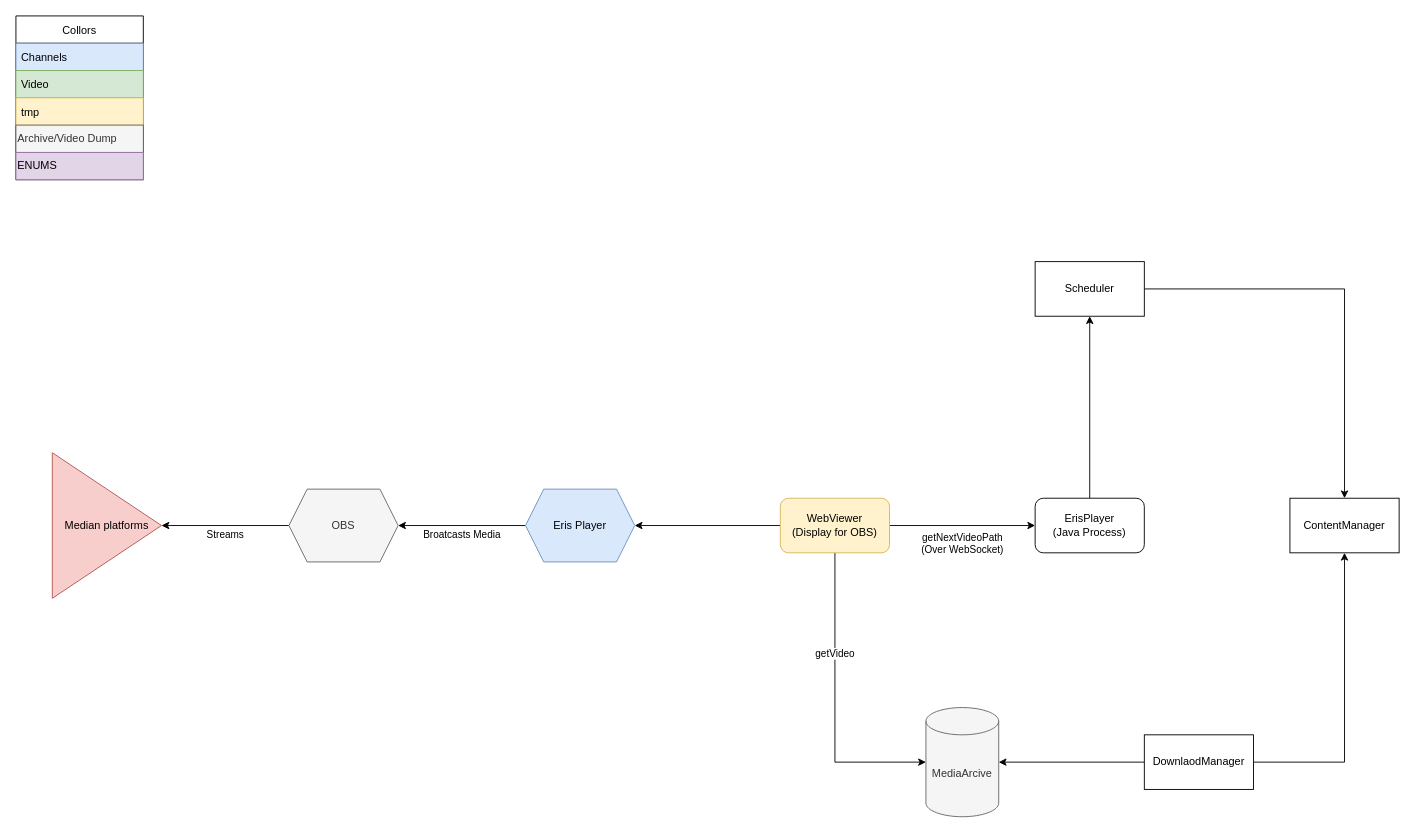
Before: page "Overview" (1 of 6) of ErisPlayer_Documentation.drawio in Eris-Television/Eris-Player, a draw.io diagram. Source tidied: cells renumbered, new cells numbered last; positions are measured from the earlier drawing's top-left corner, leaving out a move shared by most shapes. Both pictures are drawn from the tidied source at 91%, with x=0, y=0 at pixel (15, 15).
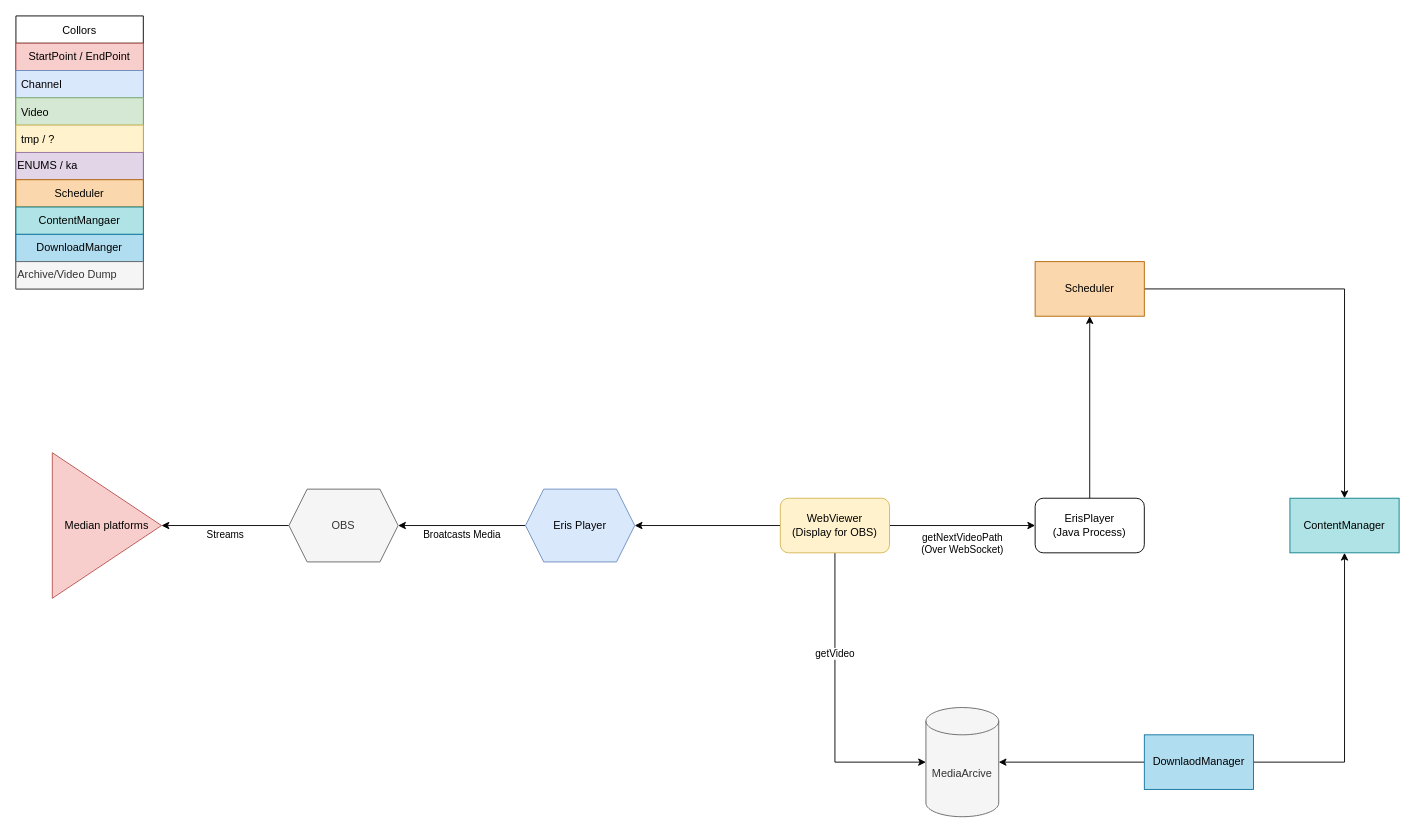
After the change.

Diff of the diagram source:
```diff
@@
-    <mxCell id="10" value="DownlaodManager" style="rounded=0;whiteSpace=wrap;html=1;" parent="1" vertex="1">
+    <mxCell id="10" value="DownlaodManager" style="rounded=0;whiteSpace=wrap;html=1;fillColor=#b1ddf0;strokeColor=#10739e;" parent="1" vertex="1">
       <mxGeometry x="1240" y="790" width="120" height="60" as="geometry" />
     </mxCell>
@@
-    <mxCell id="18" value="Scheduler" style="rounded=0;whiteSpace=wrap;html=1;" parent="1" vertex="1">
+    <mxCell id="18" value="Scheduler" style="rounded=0;whiteSpace=wrap;html=1;fillColor=#fad7ac;strokeColor=#b46504;" parent="1" vertex="1">
       <mxGeometry x="1120" y="270" width="120" height="60" as="geometry" />
     </mxCell>
-    <mxCell id="19" value="ContentManager" style="rounded=0;whiteSpace=wrap;html=1;" parent="1" vertex="1">
+    <mxCell id="19" value="ContentManager" style="rounded=0;whiteSpace=wrap;html=1;fillColor=#b0e3e6;strokeColor=#0e8088;" parent="1" vertex="1">
       <mxGeometry x="1400" y="530" width="120" height="60" as="geometry" />
     </mxCell>
     <mxCell id="20" value="Collors" style="swimlane;fontStyle=0;horizontal=1;startSize=30;" parent="1" vertex="1">
-      <mxGeometry width="140" height="180" as="geometry" />
+      <mxGeometry width="140" height="300" as="geometry" />
     </mxCell>
+    <mxCell id="26" value="StartPoint / EndPoint" style="text;html=1;strokeColor=#b85450;fillColor=#f8cecc;align=center;verticalAlign=middle;whiteSpace=wrap;rounded=0;" parent="20" vertex="1">
+      <mxGeometry y="30" width="140" height="30" as="geometry" />
+    </mxCell>
-    <mxCell id="21" value="Channels" style="text;strokeColor=#6c8ebf;fillColor=#dae8fc;align=left;verticalAlign=middle;spacingLeft=4;spacingRight=4;overflow=hidden;" parent="20" vertex="1">
-      <mxGeometry y="30" width="140" height="30" as="geometry" />
+    <mxCell id="21" value="Channel" style="text;strokeColor=#6c8ebf;fillColor=#dae8fc;align=left;verticalAlign=middle;spacingLeft=4;spacingRight=4;overflow=hidden;" parent="20" vertex="1">
+      <mxGeometry y="60" width="140" height="30" as="geometry" />
     </mxCell>
     <mxCell id="22" value="Video" style="text;strokeColor=#82b366;fillColor=#d5e8d4;align=left;verticalAlign=middle;spacingLeft=4;spacingRight=4;overflow=hidden;" parent="20" vertex="1">
-      <mxGeometry y="60" width="140" height="30" as="geometry" />
+      <mxGeometry y="90" width="140" height="30" as="geometry" />
     </mxCell>
-    <mxCell id="23" value="tmp" style="text;strokeColor=#d6b656;fillColor=#fff2cc;align=left;verticalAlign=middle;spacingLeft=4;spacingRight=4;overflow=hidden;" parent="20" vertex="1">
-      <mxGeometry y="90" width="140" height="30" as="geometry" />
+    <mxCell id="23" value="tmp / ?" style="text;strokeColor=#d6b656;fillColor=#fff2cc;align=left;verticalAlign=middle;spacingLeft=4;spacingRight=4;overflow=hidden;" parent="20" vertex="1">
+      <mxGeometry y="120" width="140" height="30" as="geometry" />
     </mxCell>
+    <mxCell id="25" value="ENUMS / ka" style="text;html=1;strokeColor=#9673a6;fillColor=#e1d5e7;align=left;verticalAlign=middle;whiteSpace=wrap;rounded=0;" parent="20" vertex="1">
+      <mxGeometry y="150" width="140" height="30" as="geometry" />
+    </mxCell>
+    <mxCell id="27" value="Scheduler" style="text;html=1;strokeColor=#b46504;fillColor=#fad7ac;align=center;verticalAlign=middle;whiteSpace=wrap;rounded=0;" parent="20" vertex="1">
+      <mxGeometry y="180" width="140" height="30" as="geometry" />
+    </mxCell>
+    <mxCell id="28" value="ContentMangaer" style="text;html=1;strokeColor=#0e8088;fillColor=#b0e3e6;align=center;verticalAlign=middle;whiteSpace=wrap;rounded=0;" parent="20" vertex="1">
+      <mxGeometry y="210" width="140" height="30" as="geometry" />
+    </mxCell>
+    <mxCell id="29" value="DownloadManger" style="text;html=1;strokeColor=#10739e;fillColor=#b1ddf0;align=center;verticalAlign=middle;whiteSpace=wrap;rounded=0;" parent="20" vertex="1">
+      <mxGeometry y="240" width="140" height="30" as="geometry" />
+    </mxCell>
     <mxCell id="24" value="Archive/Video Dump" style="text;html=1;strokeColor=#666666;fillColor=#f5f5f5;align=left;verticalAlign=middle;whiteSpace=wrap;rounded=0;fontColor=#333333;" parent="20" vertex="1">
-      <mxGeometry y="120" width="140" height="30" as="geometry" />
+      <mxGeometry y="270" width="140" height="30" as="geometry" />
     </mxCell>
-    <mxCell id="25" value="ENUMS" style="text;html=1;strokeColor=#9673a6;fillColor=#e1d5e7;align=left;verticalAlign=middle;whiteSpace=wrap;rounded=0;" parent="20" vertex="1">
-      <mxGeometry y="150" width="140" height="30" as="geometry" />
-    </mxCell>
```
